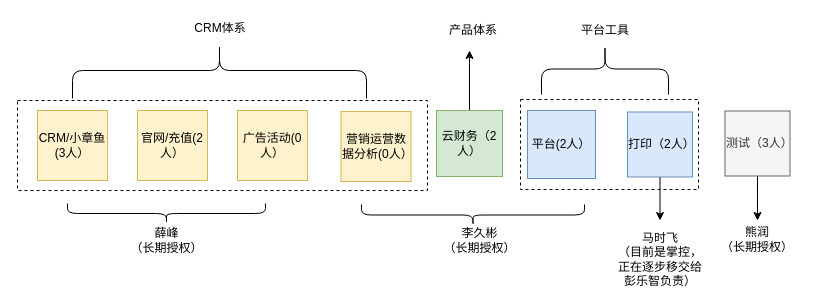
Before: page "Page-1" (1 of 3) of 部门结构.drawio in mashifei/uml, a draw.io diagram. Source tidied: cells renumbered, new cells numbered last; positions are measured from the earlier drawing's top-left corner, leaving out a move shared by most shapes. Both pictures are drawn from the tidied source at 100%, with x=0, y=0 at pixel (17, -77).
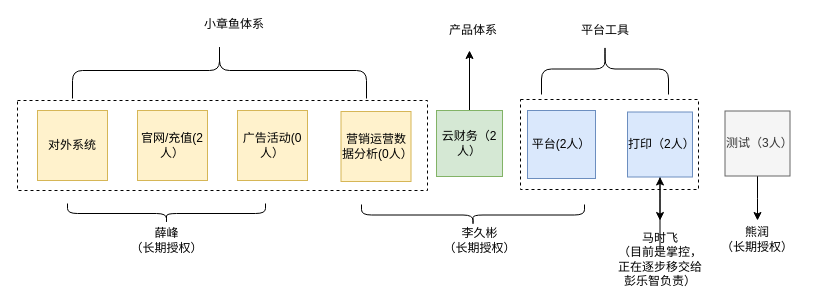
The same diagram, later.

Unchanged cells that the change refers to:
```xml
<mxCell id="10" value="打印（2人）" style="whiteSpace=wrap;html=1;fillColor=#dae8fc;strokeColor=#6c8ebf;" parent="1" vertex="1">
  <mxGeometry x="610" y="188.5" width="65" height="65" as="geometry" />
</mxCell>
<mxCell id="19" value="马时飞&lt;br&gt;（目前是掌控，正在逐步移交给彭乐智负责）" style="text;html=1;strokeColor=none;fillColor=none;align=center;verticalAlign=middle;whiteSpace=wrap;rounded=0;" parent="1" vertex="1">
  <mxGeometry x="594.5" y="326" width="96" height="20" as="geometry" />
</mxCell>
```

Diff of the diagram source:
```diff
@@
-    <mxCell id="5" value="CRM/小章鱼(3人）" style="whiteSpace=wrap;html=1;fillColor=#fff2cc;strokeColor=#d6b656;" parent="1" vertex="1">
+    <mxCell id="5" value="对外系统" style="whiteSpace=wrap;html=1;fillColor=#fff2cc;strokeColor=#d6b656;" parent="1" vertex="1">
       <mxGeometry x="20" y="187" width="70" height="70" as="geometry" />
     </mxCell>
@@
+    <mxCell id="26" style="edgeStyle=orthogonalEdgeStyle;rounded=0;jettySize=auto;html=1;" parent="1" edge="1" source="19" target="10">
+      <mxGeometry relative="1" as="geometry" />
+    </mxCell>
@@
-    <mxCell id="20" value="CRM体系" style="text;html=1;strokeColor=none;fillColor=none;align=center;verticalAlign=middle;whiteSpace=wrap;rounded=0;" parent="1" vertex="1">
-      <mxGeometry x="174" y="95" width="58" height="20" as="geometry" />
+    <mxCell id="20" value="小章鱼体系" style="text;html=1;strokeColor=none;fillColor=none;align=center;verticalAlign=middle;whiteSpace=wrap;rounded=0;" parent="1" vertex="1">
+      <mxGeometry x="174" y="95" width="86" height="12" as="geometry" />
     </mxCell>
```
